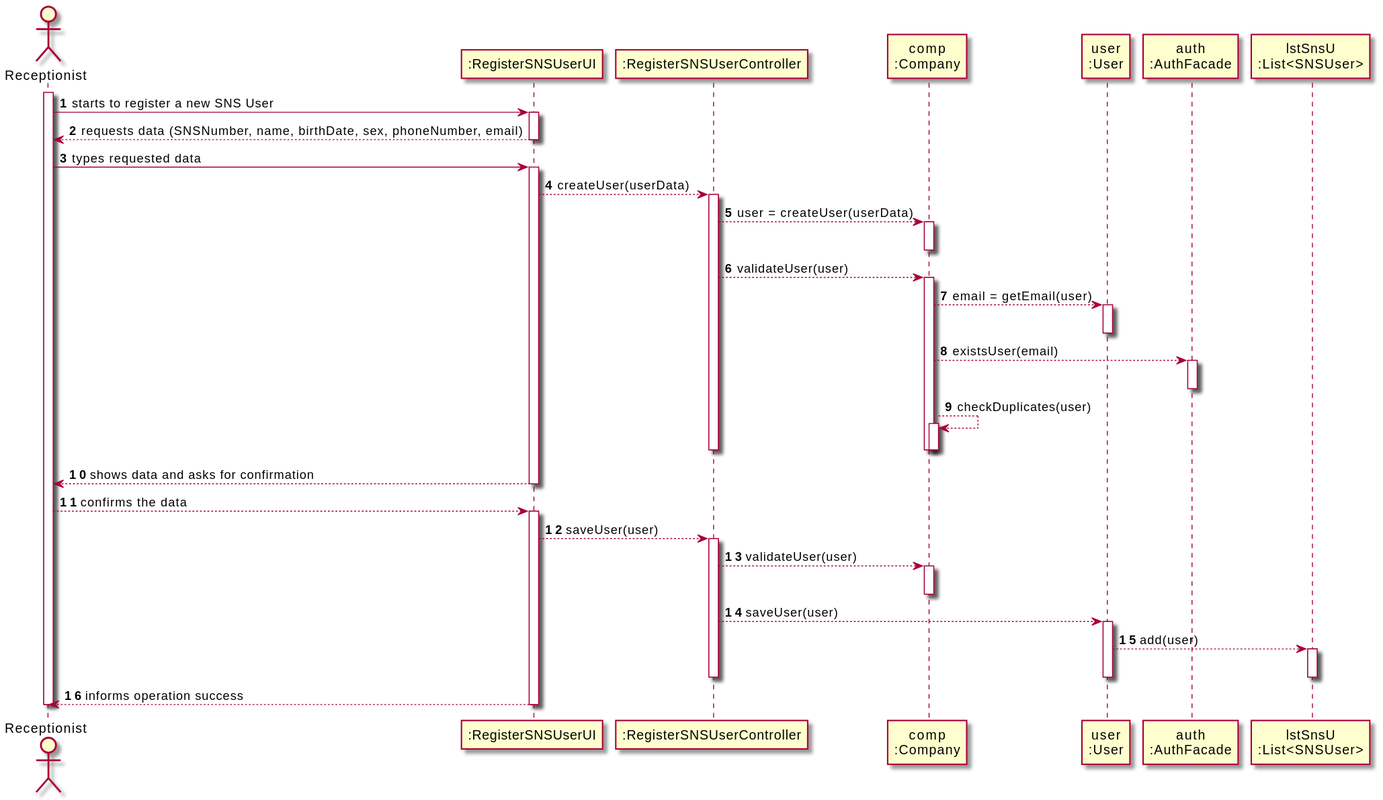
Earlier version of the PlantUML export docs/SprintB/US03/SD/US03_SD.svg (miseEnPlace-i/lapr2).
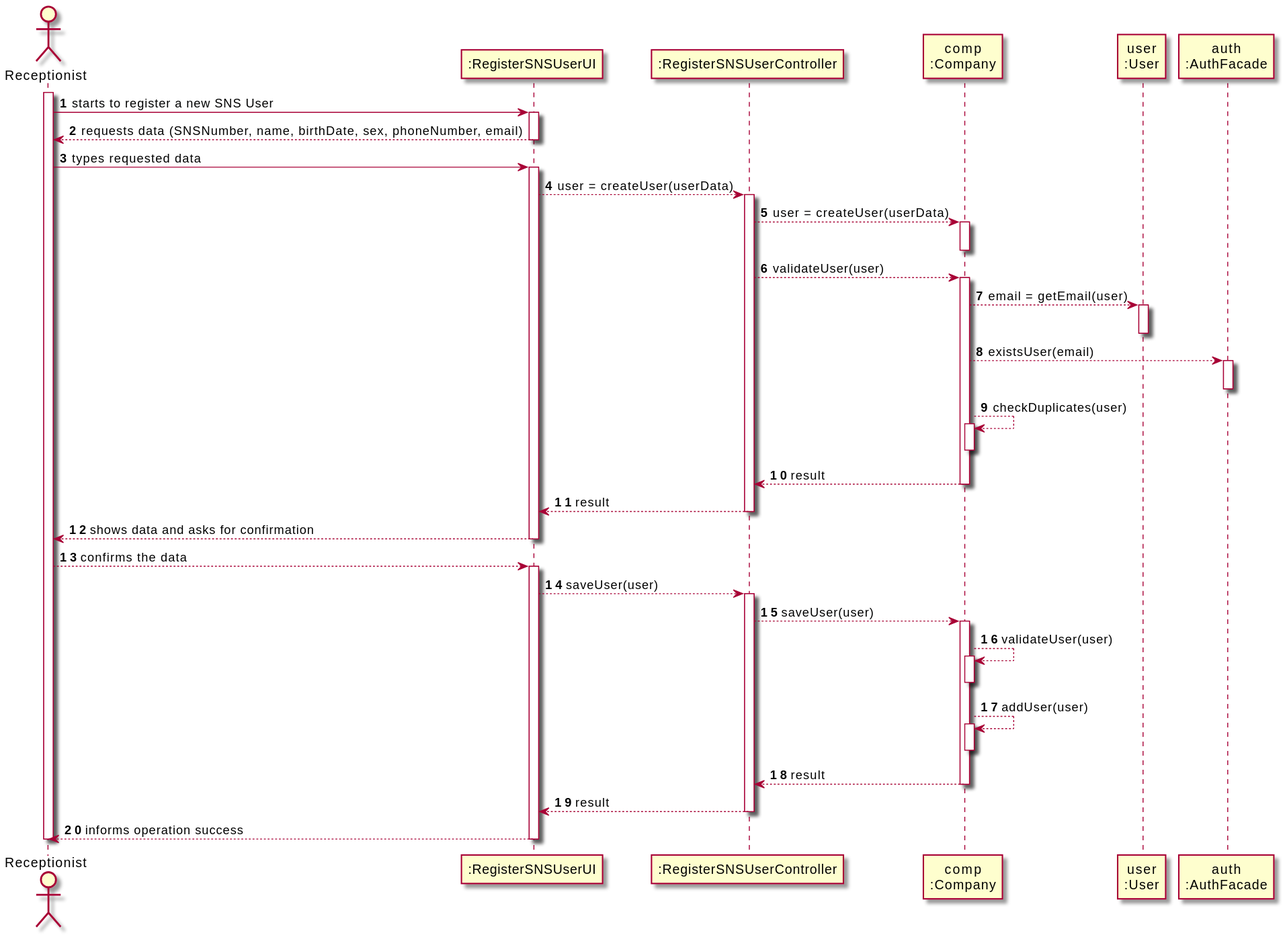
After the change.

Diff of the diagram source:
```diff
@@ -7,7 +7,6 @@
 participant "comp\n:Company" as COMP
 participant "user\n:User" as USER
 participant "auth\n:AuthFacade" as AUTH
-participant "lstSnsU\n:List<SNSUser>" as LIST
 
 activate RECEPT
 RECEPT -> UI : starts to register a new SNS User
@@ -18,7 +17,7 @@
 RECEPT -> UI : types requested data
 activate UI
 
-UI --> CTRL : createUser(userData)
+UI --> CTRL : user = createUser(userData)
 activate CTRL
 
 CTRL --> COMP : user = createUser(userData)
@@ -40,7 +39,12 @@
 activate COMP
 deactivate COMP
 
+CTRL <-- COMP : result
+
 deactivate COMP
+
+UI <-- CTRL : result
+
 deactivate CTRL
 
 UI --> RECEPT : shows data and asks for confirmation
@@ -52,18 +56,22 @@
 UI --> CTRL : saveUser(user)
 activate CTRL
 
-CTRL --> COMP : validateUser(user)
+CTRL --> COMP : saveUser(user)
+activate COMP
+
+COMP --> COMP : validateUser(user)
 activate COMP
 deactivate COMP
 
-CTRL --> USER : saveUser(user)
-activate USER
+COMP --> COMP : addUser(user)
+activate COMP
+deactivate COMP
 
-USER --> LIST : add(user)
-activate LIST
-deactivate LIST
+CTRL <-- COMP : result
 
-deactivate USER
+deactivate COMP
+
+UI <-- CTRL : result
 
 deactivate CTRL
 
```
